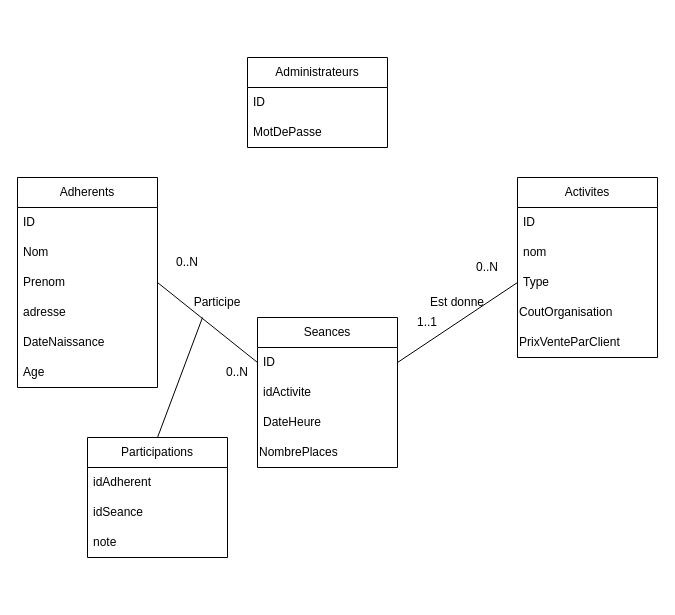
Earlier version of the draw.io diagram UMLTravail de Session.drawio (AlexandreGelinas/TravailSessionBD2024). Source tidied: cells renumbered, new cells numbered last; positions are measured from the earlier drawing's top-left corner, leaving out a move shared by most shapes. Both pictures are drawn from the tidied source at 100%, with x=0, y=0 at pixel (17, 57).
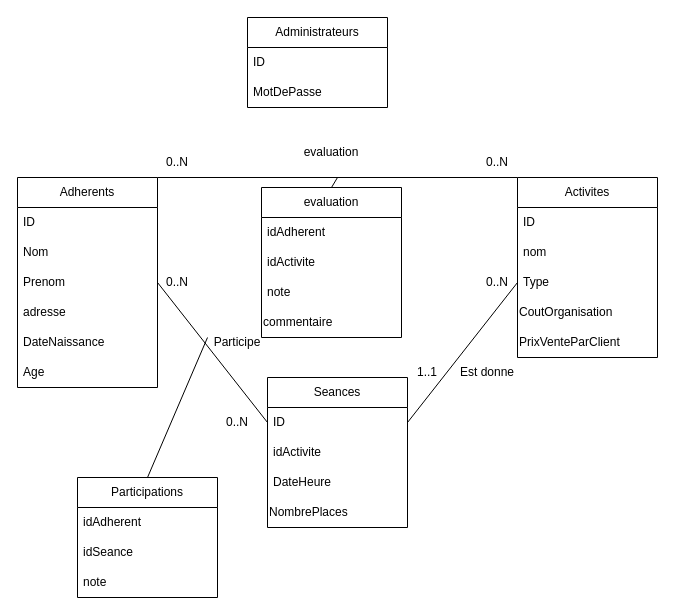
The same page after the edit.

Commit message (it also covers changes not shown here):
petite modif et correction

Unchanged cells that the change refers to:
```xml
<mxCell id="9" value="Activites" style="swimlane;fontStyle=0;horizontal=1;startSize=30;whiteSpace=wrap;html=1;" parent="1" vertex="1">
  <mxGeometry x="500" y="120" width="140" height="180" as="geometry" />
</mxCell>
```

Diff of the diagram source:
```diff
@@
     <mxCell id="15" value="Seances" style="swimlane;fontStyle=0;horizontal=1;startSize=30;whiteSpace=wrap;html=1;" parent="1" vertex="1">
-      <mxGeometry x="240" y="260" width="140" height="150" as="geometry" />
+      <mxGeometry x="250" y="320" width="140" height="150" as="geometry" />
     </mxCell>
@@
     <mxCell id="20" value="Participations" style="swimlane;fontStyle=0;horizontal=1;startSize=30;whiteSpace=wrap;html=1;" parent="1" vertex="1">
-      <mxGeometry x="70" y="380" width="140" height="120" as="geometry" />
+      <mxGeometry x="60" y="420" width="140" height="120" as="geometry" />
     </mxCell>
@@
     <mxCell id="24" value="Administrateurs" style="swimlane;fontStyle=0;horizontal=1;startSize=30;whiteSpace=wrap;html=1;" parent="1" vertex="1">
-      <mxGeometry x="230" width="140" height="90" as="geometry" />
+      <mxGeometry x="230" y="-40" width="140" height="90" as="geometry" />
     </mxCell>
@@
     <mxCell id="28" value="Participe" style="text;html=1;align=center;verticalAlign=middle;whiteSpace=wrap;rounded=0;" parent="1" vertex="1">
-      <mxGeometry x="170" y="230" width="60" height="30" as="geometry" />
+      <mxGeometry x="190" y="270" width="60" height="30" as="geometry" />
     </mxCell>
     <mxCell id="29" value="0..N" style="text;html=1;align=center;verticalAlign=middle;whiteSpace=wrap;rounded=0;" parent="1" vertex="1">
-      <mxGeometry x="140" y="190" width="60" height="30" as="geometry" />
+      <mxGeometry x="130" y="210" width="60" height="30" as="geometry" />
     </mxCell>
     <mxCell id="30" value="0..N" style="text;html=1;align=center;verticalAlign=middle;whiteSpace=wrap;rounded=0;" parent="1" vertex="1">
-      <mxGeometry x="190" y="300" width="60" height="30" as="geometry" />
+      <mxGeometry x="190" y="350" width="60" height="30" as="geometry" />
     </mxCell>
@@
     <mxCell id="32" value="Est donne" style="text;html=1;align=center;verticalAlign=middle;whiteSpace=wrap;rounded=0;" parent="1" vertex="1">
-      <mxGeometry x="410" y="230" width="60" height="30" as="geometry" />
+      <mxGeometry x="440" y="300" width="60" height="30" as="geometry" />
     </mxCell>
     <mxCell id="33" value="1..1" style="text;html=1;align=center;verticalAlign=middle;whiteSpace=wrap;rounded=0;" parent="1" vertex="1">
-      <mxGeometry x="380" y="250" width="60" height="30" as="geometry" />
+      <mxGeometry x="380" y="300" width="60" height="30" as="geometry" />
     </mxCell>
     <mxCell id="34" value="0..N" style="text;html=1;align=center;verticalAlign=middle;whiteSpace=wrap;rounded=0;" parent="1" vertex="1">
-      <mxGeometry x="440" y="195" width="60" height="30" as="geometry" />
+      <mxGeometry x="450" y="210" width="60" height="30" as="geometry" />
     </mxCell>
-    <mxCell id="35" style="endArrow=none;html=1;rounded=0;entryX=0.25;entryY=1;entryDx=0;entryDy=0;exitX=0.5;exitY=0;exitDx=0;exitDy=0;" parent="1" edge="1" source="20" target="28">
-      <mxGeometry relative="1" as="geometry" />
+    <mxCell id="35" style="endArrow=none;html=1;rounded=0;exitX=0.5;exitY=0;exitDx=0;exitDy=0;" parent="1" edge="1" source="20">
+      <mxGeometry relative="1" as="geometry">
+        <mxPoint x="190" y="280" as="targetPoint" />
+      </mxGeometry>
     </mxCell>
+    <mxCell id="36" style="endArrow=none;html=1;rounded=0;entryX=0;entryY=0;entryDx=0;entryDy=0;" parent="1" edge="1" target="9">
+      <mxGeometry relative="1" as="geometry">
+        <mxPoint x="140" y="120" as="sourcePoint" />
+      </mxGeometry>
+    </mxCell>
+    <mxCell id="37" value="evaluation" style="swimlane;fontStyle=0;horizontal=1;startSize=30;whiteSpace=wrap;html=1;" parent="1" vertex="1">
+      <mxGeometry x="244" y="130" width="140" height="150" as="geometry" />
+    </mxCell>
+    <mxCell id="38" value="idAdherent" style="text;strokeColor=none;fillColor=none;align=left;verticalAlign=middle;spacingLeft=4;spacingRight=4;overflow=hidden;whiteSpace=wrap;html=1;" parent="37" vertex="1">
+      <mxGeometry y="30" width="140" height="30" as="geometry" />
+    </mxCell>
+    <mxCell id="39" value="idActivite" style="text;strokeColor=none;fillColor=none;align=left;verticalAlign=middle;spacingLeft=4;spacingRight=4;overflow=hidden;whiteSpace=wrap;html=1;" parent="37" vertex="1">
+      <mxGeometry y="60" width="140" height="30" as="geometry" />
+    </mxCell>
+    <mxCell id="40" value="note" style="text;strokeColor=none;fillColor=none;align=left;verticalAlign=middle;spacingLeft=4;spacingRight=4;overflow=hidden;whiteSpace=wrap;html=1;" parent="37" vertex="1">
+      <mxGeometry y="90" width="140" height="30" as="geometry" />
+    </mxCell>
+    <mxCell id="41" value="commentaire" style="text;html=1;align=left;verticalAlign=middle;whiteSpace=wrap;rounded=0;" parent="37" vertex="1">
+      <mxGeometry y="120" width="140" height="30" as="geometry" />
+    </mxCell>
+    <mxCell id="42" style="endArrow=none;html=1;rounded=0;entryX=0.5;entryY=0;entryDx=0;entryDy=0;" parent="1" edge="1" target="37">
+      <mxGeometry relative="1" as="geometry">
+        <mxPoint x="320" y="120" as="sourcePoint" />
+      </mxGeometry>
+    </mxCell>
+    <mxCell id="43" value="0..N" style="text;html=1;align=center;verticalAlign=middle;whiteSpace=wrap;rounded=0;" parent="1" vertex="1">
+      <mxGeometry x="130" y="90" width="60" height="30" as="geometry" />
+    </mxCell>
+    <mxCell id="44" value="0..N" style="text;html=1;align=center;verticalAlign=middle;whiteSpace=wrap;rounded=0;" parent="1" vertex="1">
+      <mxGeometry x="450" y="90" width="60" height="30" as="geometry" />
+    </mxCell>
+    <mxCell id="45" value="evaluation" style="text;html=1;align=center;verticalAlign=middle;whiteSpace=wrap;rounded=0;" parent="1" vertex="1">
+      <mxGeometry x="284" y="80" width="60" height="30" as="geometry" />
+    </mxCell>
```
